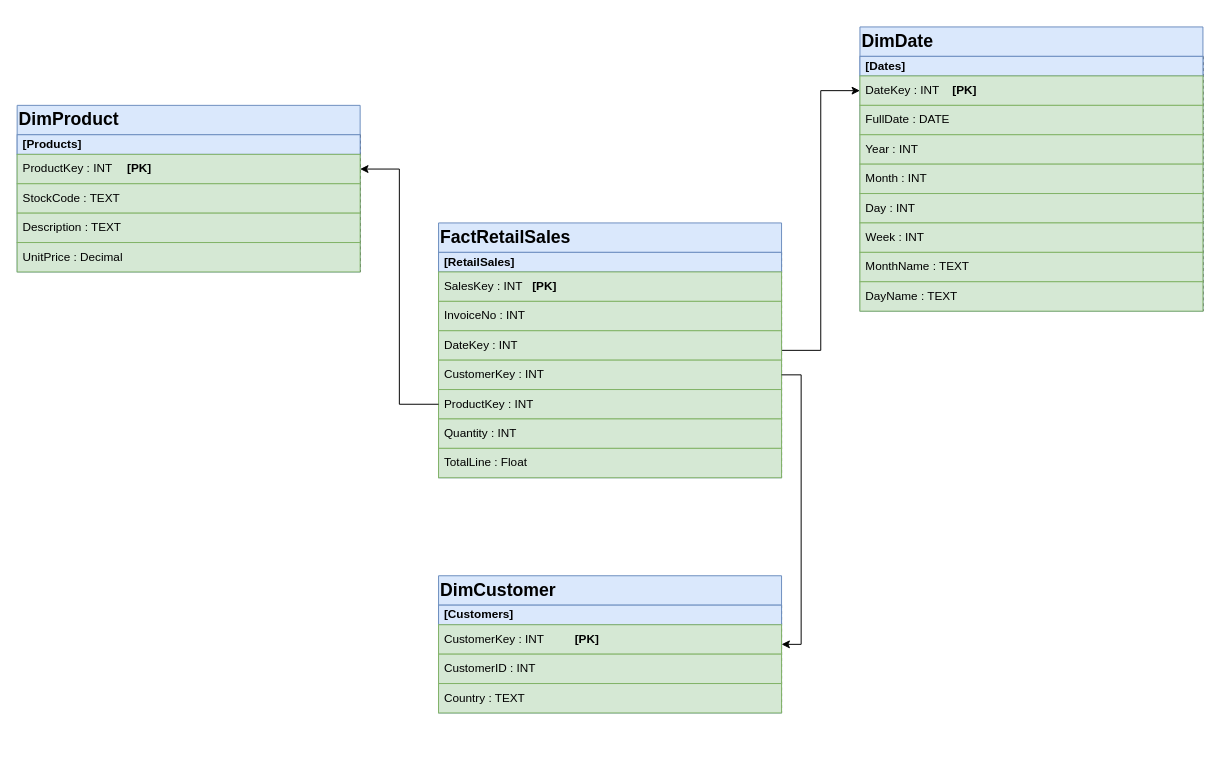
Above: dwh-design/oneline-retail-dwh.drawio in yossef-elmahdy/technical-assessment (draw.io), before the change. Source tidied: cells renumbered, new cells numbered last; positions are measured from the earlier drawing's top-left corner, leaving out a move shared by most shapes. Both pictures are drawn from the tidied source at 98%, with x=0, y=0 at pixel (17, 26).
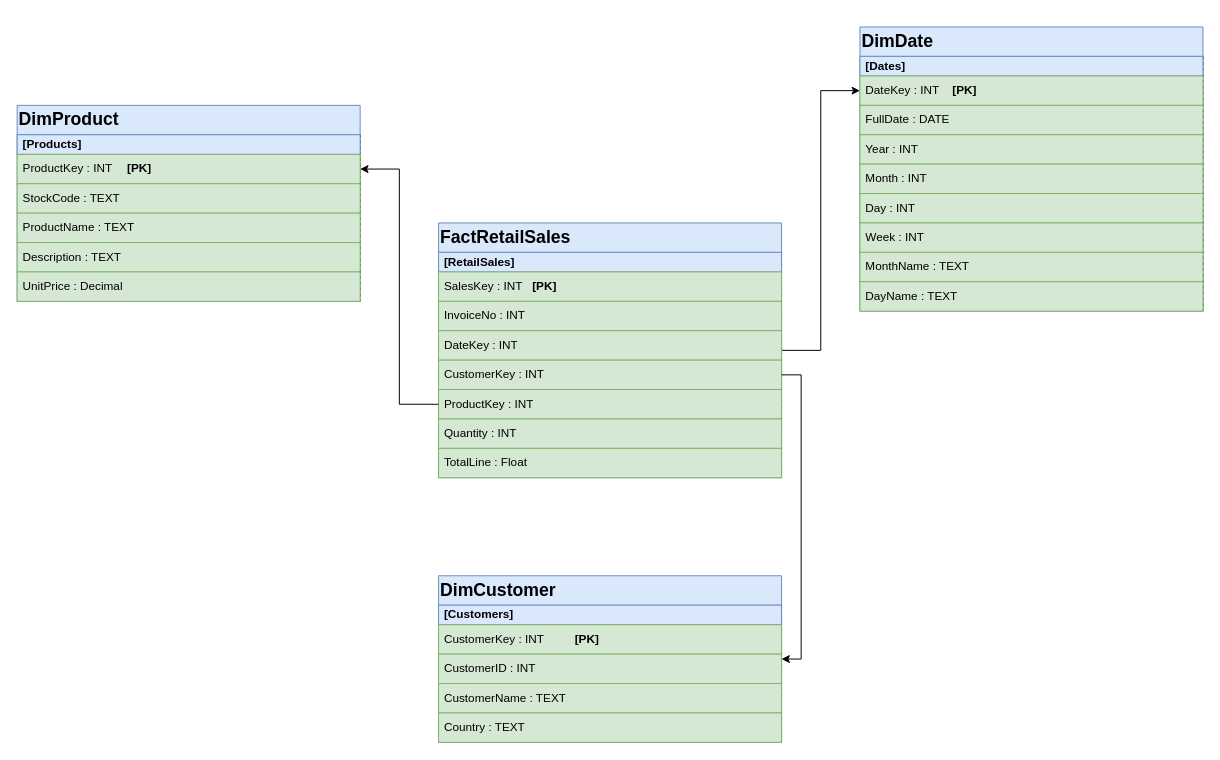
The same diagram, later.

Commit message (it also covers changes not shown here):
Finish data_warehouse_build notebook & DWH ERD

What changed in the source:
```diff
@@
     <mxCell id="2" value="&lt;h2&gt;DimProduct&lt;/h2&gt;" style="swimlane;fontStyle=0;horizontal=1;startSize=30;whiteSpace=wrap;html=1;rounded=0;glass=0;shadow=0;separatorColor=#141414;fillColor=#dae8fc;strokeColor=#6c8ebf;align=left;" parent="1" vertex="1">
-      <mxGeometry y="80" width="350" height="170" as="geometry" />
+      <mxGeometry y="80" width="350" height="200" as="geometry" />
     </mxCell>
@@
+    <mxCell id="35" value="StockCode : TEXT&amp;nbsp;" style="text;strokeColor=#82b366;fillColor=#d5e8d4;align=left;verticalAlign=middle;spacingLeft=4;spacingRight=4;overflow=hidden;whiteSpace=wrap;html=1;fontStyle=0;" parent="2" vertex="1">
+      <mxGeometry y="80" width="350" height="30" as="geometry" />
+    </mxCell>
-    <mxCell id="5" value="StockCode : TEXT&amp;nbsp;" style="text;strokeColor=#82b366;fillColor=#d5e8d4;align=left;verticalAlign=middle;spacingLeft=4;spacingRight=4;overflow=hidden;whiteSpace=wrap;html=1;fontStyle=0;" parent="2" vertex="1">
-      <mxGeometry y="80" width="350" height="30" as="geometry" />
+    <mxCell id="5" value="ProductName : TEXT&amp;nbsp;" style="text;strokeColor=#82b366;fillColor=#d5e8d4;align=left;verticalAlign=middle;spacingLeft=4;spacingRight=4;overflow=hidden;whiteSpace=wrap;html=1;fontStyle=0;" parent="2" vertex="1">
+      <mxGeometry y="110" width="350" height="30" as="geometry" />
     </mxCell>
     <mxCell id="6" value="Description : TEXT&amp;nbsp;" style="text;strokeColor=#82b366;fillColor=#d5e8d4;align=left;verticalAlign=middle;spacingLeft=4;spacingRight=4;overflow=hidden;whiteSpace=wrap;html=1;fontStyle=0;" parent="2" vertex="1">
-      <mxGeometry y="110" width="350" height="30" as="geometry" />
+      <mxGeometry y="140" width="350" height="30" as="geometry" />
     </mxCell>
     <mxCell id="7" value="UnitPrice : Decimal&amp;nbsp;" style="text;strokeColor=#82b366;fillColor=#d5e8d4;align=left;verticalAlign=middle;spacingLeft=4;spacingRight=4;overflow=hidden;whiteSpace=wrap;html=1;fontStyle=0;" parent="2" vertex="1">
-      <mxGeometry y="140" width="350" height="30" as="geometry" />
+      <mxGeometry y="170" width="350" height="30" as="geometry" />
     </mxCell>
     <mxCell id="8" value="&lt;h2&gt;DimCustomer&lt;/h2&gt;" style="swimlane;fontStyle=0;horizontal=1;startSize=30;whiteSpace=wrap;html=1;rounded=0;glass=0;shadow=0;separatorColor=#141414;fillColor=#dae8fc;strokeColor=#6c8ebf;align=left;" parent="1" vertex="1">
-      <mxGeometry x="430" y="560" width="350" height="140" as="geometry" />
+      <mxGeometry x="430" y="560" width="350" height="170" as="geometry" />
     </mxCell>
@@
+    <mxCell id="36" value="CustomerName : TEXT" style="text;strokeColor=#82b366;fillColor=#d5e8d4;align=left;verticalAlign=middle;spacingLeft=4;spacingRight=4;overflow=hidden;whiteSpace=wrap;html=1;fontStyle=0;" parent="8" vertex="1">
+      <mxGeometry y="110" width="350" height="30" as="geometry" />
+    </mxCell>
     <mxCell id="12" value="Country : TEXT&amp;nbsp;" style="text;strokeColor=#82b366;fillColor=#d5e8d4;align=left;verticalAlign=middle;spacingLeft=4;spacingRight=4;overflow=hidden;whiteSpace=wrap;html=1;fontStyle=0;" parent="8" vertex="1">
-      <mxGeometry y="110" width="350" height="30" as="geometry" />
+      <mxGeometry y="140" width="350" height="30" as="geometry" />
     </mxCell>
```
